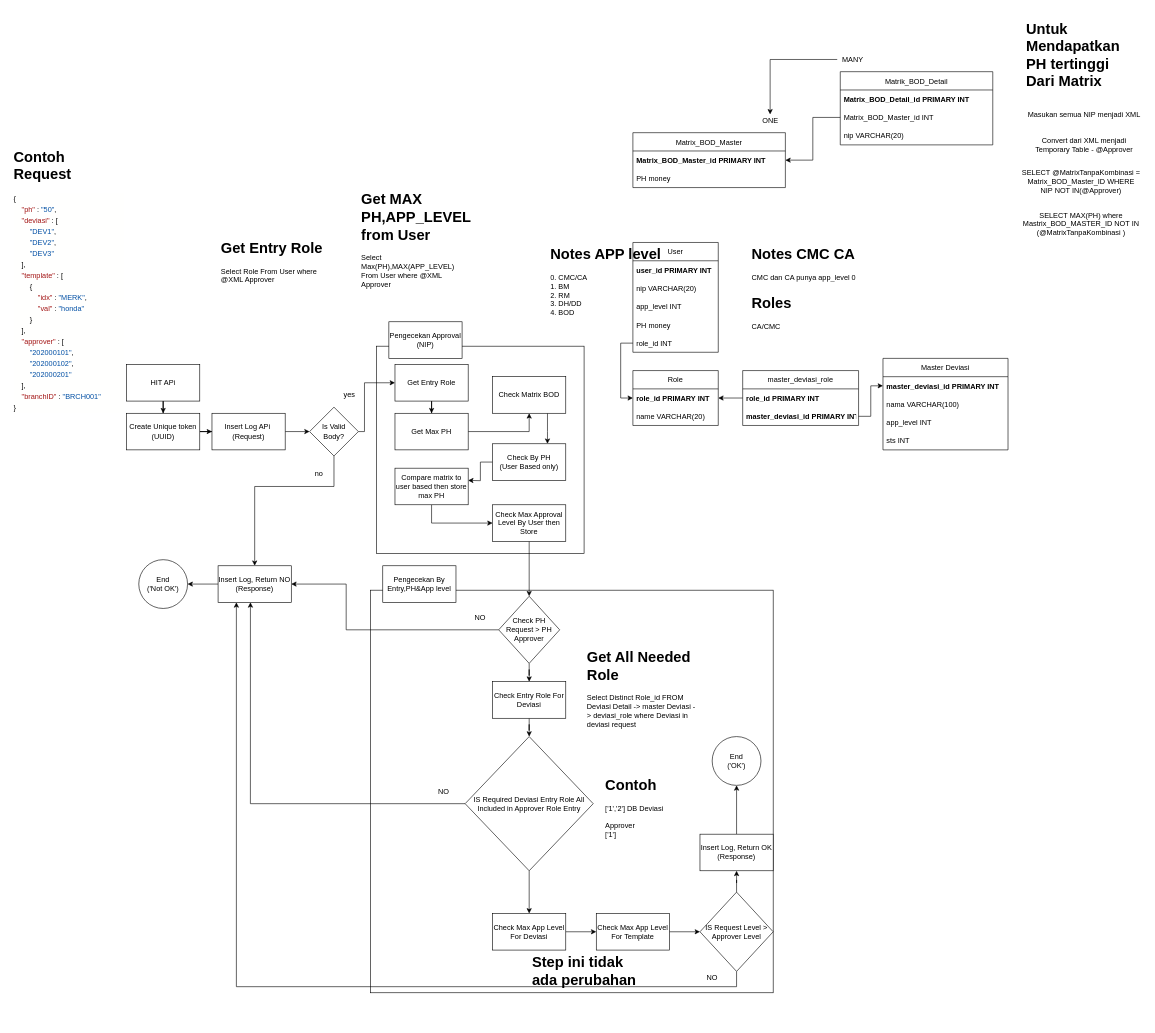
Earlier version of the draw.io diagram Untitled Diagram.drawio (andiliewantorosusanto/engineapproval). Source tidied: cells renumbered, new cells numbered last; positions are measured from the earlier drawing's top-left corner, leaving out a move shared by most shapes. Both pictures are drawn from the tidied source at 61%, with x=0, y=0 at pixel (10, 16).
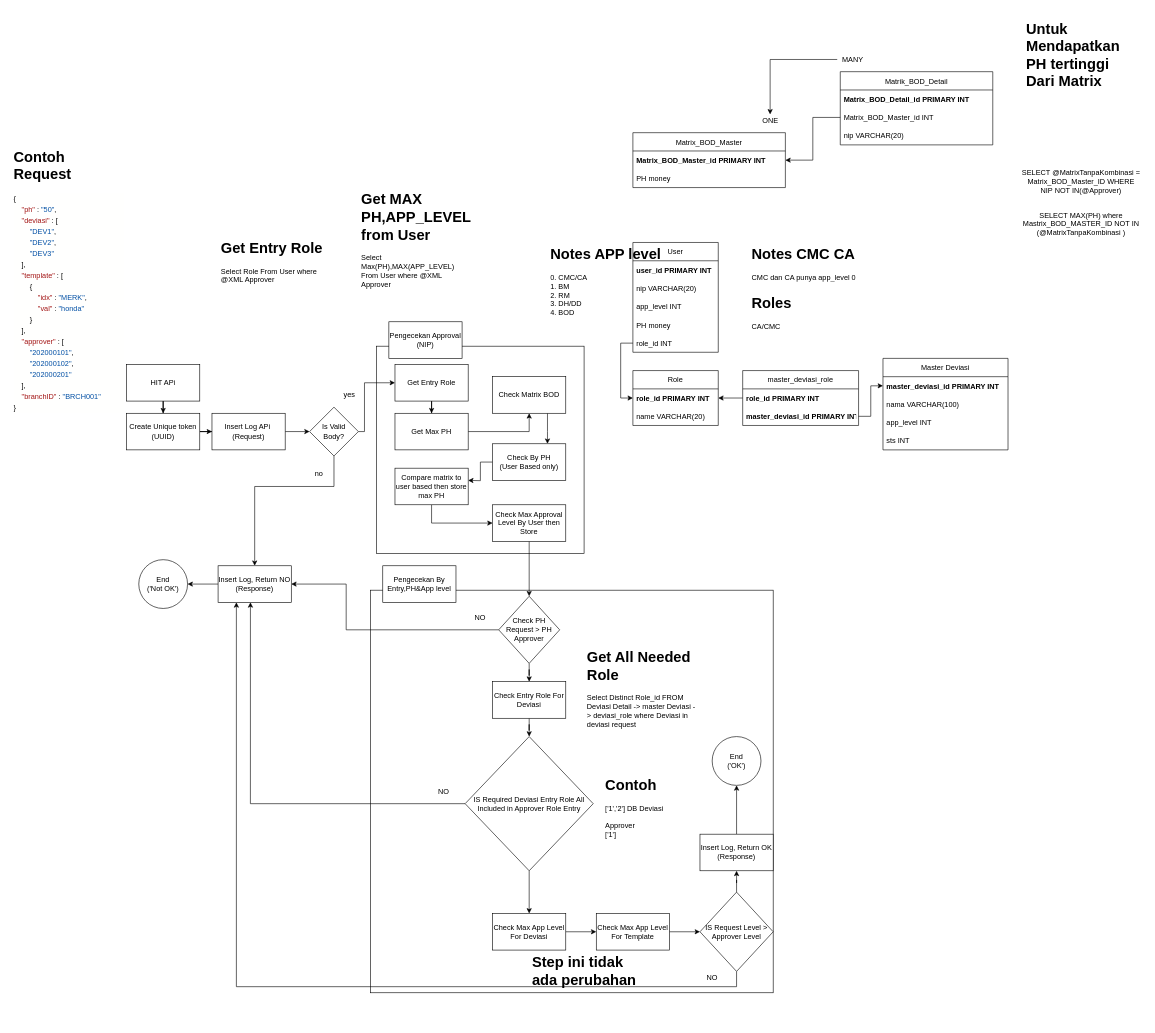
Above is the later version.

Change to the diagram source:
```diff
@@
-    <mxCell id="89" value="Masukan semua NIP menjadi XML" style="text;html=1;strokeColor=none;fillColor=none;align=center;verticalAlign=middle;whiteSpace=wrap;rounded=0;" parent="1" vertex="1">
-      <mxGeometry x="1660" y="140" width="200" height="40" as="geometry" />
-    </mxCell>
-    <mxCell id="90" value="Convert dari XML menjadi Temporary Table - @Approver" style="text;html=1;strokeColor=none;fillColor=none;align=center;verticalAlign=middle;whiteSpace=wrap;rounded=0;" parent="1" vertex="1">
-      <mxGeometry x="1660" y="190" width="200" height="40" as="geometry" />
-    </mxCell>
```
